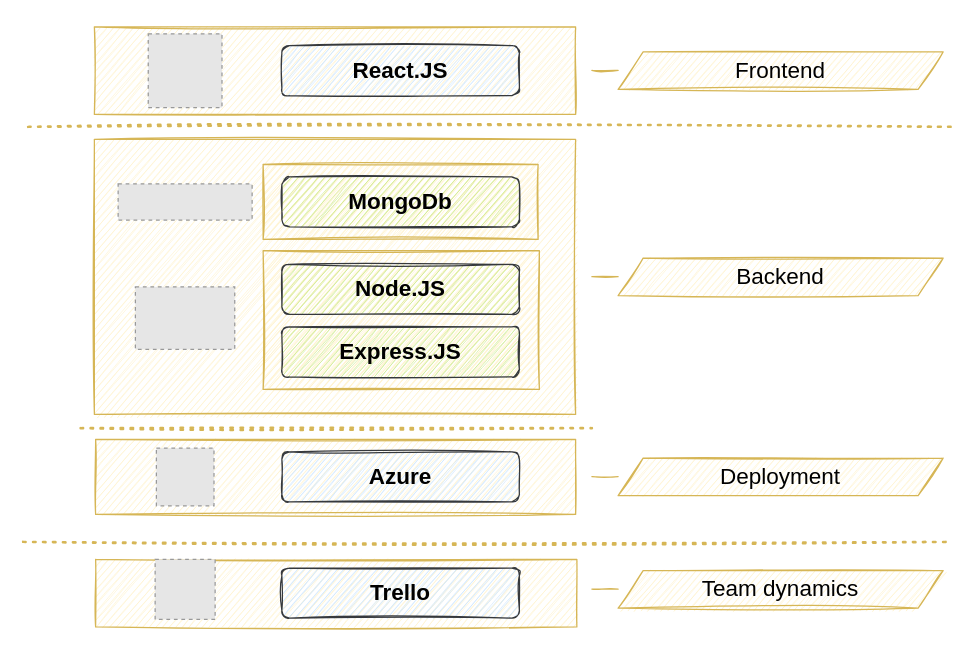
Before: page "Page-1" (1 of 3) of resource/tech-stack.drawio in Willz17/IkeaYouPath, a draw.io diagram. Source tidied: cells renumbered, new cells numbered last; positions are measured from the earlier drawing's top-left corner, leaving out a move shared by most shapes. Both pictures are drawn from the tidied source at 125%, with x=0, y=0 at pixel (22, 26). Pictures stored in the file or linked from it are replaced by grey dashed boxes.
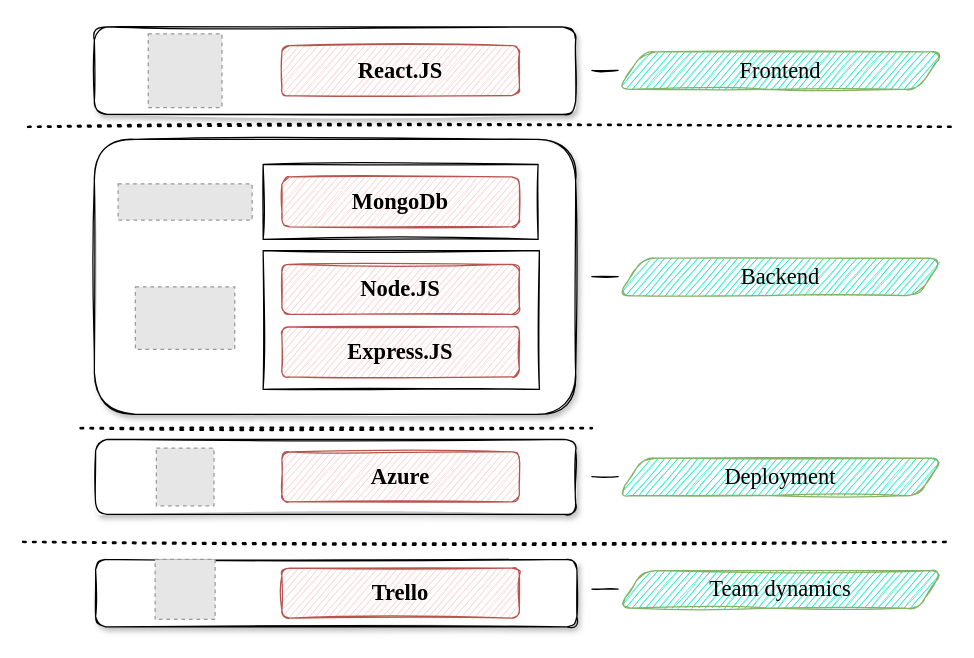
After the change.

The edit, as a diff of the source:
```diff
@@
-    <mxCell id="2" style="rounded=0;whiteSpace=wrap;html=1;fontSize=18;sketch=1;fillColor=#fff2cc;strokeColor=#d6b656;" parent="1" vertex="1">
+    <mxCell id="2" style="rounded=1;whiteSpace=wrap;html=1;fontSize=18;sketch=1;fontFamily=Garamond;glass=0;shadow=1;" parent="1" vertex="1">
       <mxGeometry x="57" y="90" width="385" height="220" as="geometry" />
     </mxCell>
-    <mxCell id="3" style="rounded=0;whiteSpace=wrap;html=1;fontSize=18;sketch=1;fillColor=#fff2cc;strokeColor=#d6b656;" parent="1" vertex="1">
+    <mxCell id="3" style="rounded=0;whiteSpace=wrap;html=1;fontSize=18;sketch=1;fontFamily=Garamond;" parent="1" vertex="1">
       <mxGeometry x="192" y="179" width="221" height="111" as="geometry" />
     </mxCell>
-    <mxCell id="4" value="&lt;b&gt;&lt;font style=&quot;font-size: 18px;&quot;&gt;Node.JS&lt;/font&gt;&lt;/b&gt;" style="rounded=1;whiteSpace=wrap;html=1;sketch=1;fillColor=#cdeb8b;strokeColor=#36393d;" parent="1" vertex="1">
+    <mxCell id="4" value="&lt;b&gt;&lt;font style=&quot;font-size: 18px;&quot;&gt;Node.JS&lt;/font&gt;&lt;/b&gt;" style="rounded=1;whiteSpace=wrap;html=1;sketch=1;fillColor=#f8cecc;strokeColor=#b85450;fontFamily=Garamond;" parent="1" vertex="1">
       <mxGeometry x="207" y="190" width="190" height="40" as="geometry" />
     </mxCell>
-    <mxCell id="5" value="&lt;b&gt;&lt;font style=&quot;font-size: 18px;&quot;&gt;Express.JS&lt;/font&gt;&lt;/b&gt;" style="rounded=1;whiteSpace=wrap;html=1;sketch=1;fillColor=#cdeb8b;strokeColor=#36393d;" parent="1" vertex="1">
+    <mxCell id="5" value="&lt;b&gt;&lt;font style=&quot;font-size: 18px;&quot;&gt;Express.JS&lt;/font&gt;&lt;/b&gt;" style="rounded=1;whiteSpace=wrap;html=1;sketch=1;fillColor=#f8cecc;strokeColor=#b85450;fontFamily=Garamond;" parent="1" vertex="1">
       <mxGeometry x="207" y="240" width="190" height="40" as="geometry" />
     </mxCell>
-    <mxCell id="6" style="rounded=0;whiteSpace=wrap;html=1;fontSize=18;sketch=1;fillColor=#fff2cc;strokeColor=#d6b656;" parent="1" vertex="1">
+    <mxCell id="6" style="rounded=1;whiteSpace=wrap;html=1;fontSize=18;sketch=1;fontFamily=Garamond;shadow=1;" parent="1" vertex="1">
       <mxGeometry x="57" width="385" height="70" as="geometry" />
     </mxCell>
-    <mxCell id="7" value="&lt;b&gt;&lt;font style=&quot;font-size: 18px;&quot;&gt;React.JS&lt;/font&gt;&lt;/b&gt;" style="rounded=1;whiteSpace=wrap;html=1;sketch=1;fillColor=#cce5ff;strokeColor=#36393d;" parent="1" vertex="1">
+    <mxCell id="7" value="&lt;b&gt;&lt;font style=&quot;font-size: 18px;&quot;&gt;React.JS&lt;/font&gt;&lt;/b&gt;" style="rounded=1;whiteSpace=wrap;html=1;sketch=1;fillColor=#f8cecc;strokeColor=#b85450;fontFamily=Garamond;" parent="1" vertex="1">
       <mxGeometry x="207" y="15" width="190" height="40" as="geometry" />
     </mxCell>
-    <mxCell id="8" style="endArrow=none;html=1;rounded=0;fontSize=18;sketch=1;fillColor=#fff2cc;strokeColor=#d6b656;" parent="1" edge="1">
+    <mxCell id="8" style="endArrow=none;html=1;rounded=0;fontSize=18;sketch=1;fontFamily=Garamond;" parent="1" edge="1">
       <mxGeometry relative="1" as="geometry">
         <mxPoint x="455" y="199.8" as="sourcePoint" />
         <mxPoint x="476" y="199.8" as="targetPoint" />
       </mxGeometry>
     </mxCell>
-    <mxCell id="9" value="Backend" style="shape=parallelogram;perimeter=parallelogramPerimeter;whiteSpace=wrap;html=1;fixedSize=1;fontSize=18;sketch=1;fillColor=#fff2cc;strokeColor=#d6b656;" parent="1" vertex="1">
+    <mxCell id="9" value="Backend" style="shape=parallelogram;perimeter=parallelogramPerimeter;whiteSpace=wrap;html=1;fixedSize=1;fontSize=18;sketch=1;fillColor=#00E6C3;strokeColor=#82b366;fontFamily=Garamond;rounded=1;" parent="1" vertex="1">
       <mxGeometry x="476" y="185" width="260" height="30" as="geometry" />
     </mxCell>
-    <mxCell id="10" value="Frontend" style="shape=parallelogram;perimeter=parallelogramPerimeter;whiteSpace=wrap;html=1;fixedSize=1;fontSize=18;sketch=1;fillColor=#fff2cc;strokeColor=#d6b656;" parent="1" vertex="1">
+    <mxCell id="10" value="Frontend" style="shape=parallelogram;perimeter=parallelogramPerimeter;whiteSpace=wrap;html=1;fixedSize=1;fontSize=18;sketch=1;fillColor=#00E6C3;strokeColor=#82b366;fontFamily=Garamond;rounded=1;" parent="1" vertex="1">
       <mxGeometry x="476" y="20" width="260" height="30" as="geometry" />
     </mxCell>
-    <mxCell id="11" style="endArrow=none;html=1;rounded=0;fontSize=18;sketch=1;fillColor=#fff2cc;strokeColor=#d6b656;" parent="1" edge="1">
+    <mxCell id="11" style="endArrow=none;html=1;rounded=0;fontSize=18;sketch=1;fontFamily=Garamond;" parent="1" edge="1">
       <mxGeometry relative="1" as="geometry">
         <mxPoint x="455" y="34.8" as="sourcePoint" />
         <mxPoint x="476" y="34.8" as="targetPoint" />
       </mxGeometry>
     </mxCell>
-    <mxCell id="12" style="rounded=0;whiteSpace=wrap;html=1;fontSize=18;sketch=1;fillColor=#fff2cc;strokeColor=#d6b656;" parent="1" vertex="1">
+    <mxCell id="12" style="rounded=1;whiteSpace=wrap;html=1;fontSize=18;sketch=1;fontFamily=Garamond;shadow=1;" parent="1" vertex="1">
       <mxGeometry x="58" y="330" width="384" height="60" as="geometry" />
     </mxCell>
-    <mxCell id="13" style="rounded=0;whiteSpace=wrap;html=1;fontSize=18;sketch=1;fillColor=#fff2cc;strokeColor=#d6b656;" parent="1" vertex="1">
+    <mxCell id="13" style="rounded=0;whiteSpace=wrap;html=1;fontSize=18;sketch=1;fontFamily=Garamond;" parent="1" vertex="1">
       <mxGeometry x="192" y="110" width="220" height="60" as="geometry" />
     </mxCell>
-    <mxCell id="14" value="&lt;b&gt;&lt;font style=&quot;font-size: 18px;&quot;&gt;MongoDb&lt;/font&gt;&lt;/b&gt;" style="rounded=1;whiteSpace=wrap;html=1;sketch=1;fillColor=#cdeb8b;strokeColor=#36393d;" parent="1" vertex="1">
+    <mxCell id="14" value="&lt;b&gt;&lt;font style=&quot;font-size: 18px;&quot;&gt;MongoDb&lt;/font&gt;&lt;/b&gt;" style="rounded=1;whiteSpace=wrap;html=1;sketch=1;fillColor=#f8cecc;strokeColor=#b85450;fontFamily=Garamond;" parent="1" vertex="1">
       <mxGeometry x="207" y="120" width="190" height="40" as="geometry" />
     </mxCell>
-    <mxCell id="15" value="&lt;b&gt;&lt;font style=&quot;font-size: 18px;&quot;&gt;Azure&lt;/font&gt;&lt;/b&gt;" style="rounded=1;whiteSpace=wrap;html=1;sketch=1;fillColor=#cce5ff;strokeColor=#36393d;" parent="1" vertex="1">
+    <mxCell id="15" value="&lt;b&gt;&lt;font style=&quot;font-size: 18px;&quot;&gt;Azure&lt;/font&gt;&lt;/b&gt;" style="rounded=1;whiteSpace=wrap;html=1;sketch=1;fillColor=#f8cecc;strokeColor=#b85450;fontFamily=Garamond;" parent="1" vertex="1">
       <mxGeometry x="207" y="340" width="190" height="40" as="geometry" />
     </mxCell>
-    <mxCell id="16" style="endArrow=none;html=1;rounded=0;fontSize=18;sketch=1;fillColor=#fff2cc;strokeColor=#d6b656;" parent="1" edge="1">
+    <mxCell id="16" style="endArrow=none;html=1;rounded=0;fontSize=18;sketch=1;fontFamily=Garamond;" parent="1" edge="1">
       <mxGeometry relative="1" as="geometry">
         <mxPoint x="455" y="359.8" as="sourcePoint" />
         <mxPoint x="476" y="359.8" as="targetPoint" />
       </mxGeometry>
     </mxCell>
-    <mxCell id="17" value="Deployment" style="shape=parallelogram;perimeter=parallelogramPerimeter;whiteSpace=wrap;html=1;fixedSize=1;fontSize=18;sketch=1;fillColor=#fff2cc;strokeColor=#d6b656;" parent="1" vertex="1">
+    <mxCell id="17" value="Deployment" style="shape=parallelogram;perimeter=parallelogramPerimeter;whiteSpace=wrap;html=1;fixedSize=1;fontSize=18;sketch=1;fillColor=#00E6C3;strokeColor=#82b366;fontFamily=Garamond;rounded=1;" parent="1" vertex="1">
       <mxGeometry x="476" y="345" width="260" height="30" as="geometry" />
     </mxCell>
-    <mxCell id="18" style="endArrow=none;dashed=1;html=1;dashPattern=1 3;strokeWidth=2;rounded=0;fontSize=18;sketch=1;fillColor=#fff2cc;strokeColor=#d6b656;" parent="1" edge="1">
+    <mxCell id="18" style="endArrow=none;dashed=1;html=1;dashPattern=1 3;strokeWidth=2;rounded=0;fontSize=18;sketch=1;fontFamily=Garamond;" parent="1" edge="1">
       <mxGeometry relative="1" as="geometry">
         <mxPoint x="4" y="80" as="sourcePoint" />
         <mxPoint x="742" y="80" as="targetPoint" />
       </mxGeometry>
     </mxCell>
-    <mxCell id="19" style="fillColor=#E6E6E6;strokeColor=#999999;dashed=1;verticalLabelPosition=bottom;labelBackgroundColor=default;verticalAlign=top;" parent="1" vertex="1">
+    <mxCell id="19" style="fillColor=#E6E6E6;strokeColor=#999999;dashed=1;verticalLabelPosition=bottom;labelBackgroundColor=default;verticalAlign=top;fontFamily=Garamond;" parent="1" vertex="1">
       <mxGeometry x="89.8" y="208" width="79.5" height="50" as="geometry" />
     </mxCell>
-    <mxCell id="20" style="fillColor=#E6E6E6;strokeColor=#999999;dashed=1;verticalLabelPosition=bottom;labelBackgroundColor=default;verticalAlign=top;" parent="1" vertex="1">
+    <mxCell id="20" style="fillColor=#E6E6E6;strokeColor=#999999;dashed=1;verticalLabelPosition=bottom;labelBackgroundColor=default;verticalAlign=top;fontFamily=Garamond;" parent="1" vertex="1">
       <mxGeometry x="76" y="125.6" width="107.2" height="28.9" as="geometry" />
     </mxCell>
-    <mxCell id="21" style="rounded=0;whiteSpace=wrap;html=1;fontSize=18;sketch=1;fillColor=#fff2cc;strokeColor=#d6b656;" parent="1" vertex="1">
+    <mxCell id="21" style="rounded=1;whiteSpace=wrap;html=1;fontSize=18;sketch=1;fontFamily=Garamond;shadow=1;" parent="1" vertex="1">
       <mxGeometry x="58" y="426" width="385" height="54" as="geometry" />
     </mxCell>
-    <mxCell id="22" style="fillColor=#E6E6E6;strokeColor=#999999;dashed=1;verticalLabelPosition=bottom;labelBackgroundColor=default;verticalAlign=top;" parent="1" vertex="1">
+    <mxCell id="22" style="fillColor=#E6E6E6;strokeColor=#999999;dashed=1;verticalLabelPosition=bottom;labelBackgroundColor=default;verticalAlign=top;fontFamily=Garamond;" parent="1" vertex="1">
       <mxGeometry x="100.1" y="5.5" width="59" height="59" as="geometry" />
     </mxCell>
-    <mxCell id="23" style="fillColor=#E6E6E6;strokeColor=#999999;dashed=1;verticalLabelPosition=bottom;labelBackgroundColor=default;verticalAlign=top;" parent="1" vertex="1">
+    <mxCell id="23" style="fillColor=#E6E6E6;strokeColor=#999999;dashed=1;verticalLabelPosition=bottom;labelBackgroundColor=default;verticalAlign=top;fontFamily=Garamond;" parent="1" vertex="1">
       <mxGeometry x="106.6" y="337" width="46.1" height="46.1" as="geometry" />
     </mxCell>
-    <mxCell id="24" style="endArrow=none;dashed=1;html=1;dashPattern=1 3;strokeWidth=2;rounded=0;fontSize=18;sketch=1;fillColor=#fff2cc;strokeColor=#d6b656;" parent="1" edge="1">
+    <mxCell id="24" style="endArrow=none;dashed=1;html=1;dashPattern=1 3;strokeWidth=2;rounded=0;fontSize=18;sketch=1;fontFamily=Garamond;" parent="1" edge="1">
       <mxGeometry relative="1" as="geometry">
         <mxPoint y="412" as="sourcePoint" />
         <mxPoint x="738" y="412" as="targetPoint" />
       </mxGeometry>
     </mxCell>
-    <mxCell id="25" value="&lt;b&gt;&lt;font style=&quot;font-size: 18px;&quot;&gt;Trello&lt;/font&gt;&lt;/b&gt;" style="rounded=1;whiteSpace=wrap;html=1;sketch=1;fillColor=#cce5ff;strokeColor=#36393d;" parent="1" vertex="1">
+    <mxCell id="25" value="&lt;b&gt;&lt;font style=&quot;font-size: 18px;&quot;&gt;Trello&lt;/font&gt;&lt;/b&gt;" style="rounded=1;whiteSpace=wrap;html=1;sketch=1;fillColor=#f8cecc;strokeColor=#b85450;fontFamily=Garamond;" parent="1" vertex="1">
       <mxGeometry x="207" y="433" width="190" height="40" as="geometry" />
     </mxCell>
-    <mxCell id="26" style="endArrow=none;html=1;rounded=0;fontSize=18;sketch=1;fillColor=#fff2cc;strokeColor=#d6b656;" parent="1" edge="1">
+    <mxCell id="26" style="endArrow=none;html=1;rounded=0;fontSize=18;sketch=1;fontFamily=Garamond;" parent="1" edge="1">
       <mxGeometry relative="1" as="geometry">
         <mxPoint x="455" y="449.8" as="sourcePoint" />
         <mxPoint x="476" y="449.8" as="targetPoint" />
       </mxGeometry>
     </mxCell>
-    <mxCell id="27" value="Team dynamics" style="shape=parallelogram;perimeter=parallelogramPerimeter;whiteSpace=wrap;html=1;fixedSize=1;fontSize=18;sketch=1;fillColor=#fff2cc;strokeColor=#d6b656;" parent="1" vertex="1">
+    <mxCell id="27" value="Team dynamics" style="shape=parallelogram;perimeter=parallelogramPerimeter;whiteSpace=wrap;html=1;fixedSize=1;fontSize=18;sketch=1;fillColor=#00E6C3;strokeColor=#82b366;fontFamily=Garamond;rounded=1;" parent="1" vertex="1">
       <mxGeometry x="476" y="435" width="260" height="30" as="geometry" />
     </mxCell>
-    <mxCell id="28" style="fillColor=#E6E6E6;strokeColor=#999999;dashed=1;verticalLabelPosition=bottom;labelBackgroundColor=default;verticalAlign=top;" parent="1" vertex="1">
+    <mxCell id="28" style="fillColor=#E6E6E6;strokeColor=#999999;dashed=1;verticalLabelPosition=bottom;labelBackgroundColor=default;verticalAlign=top;fontFamily=Garamond;" parent="1" vertex="1">
       <mxGeometry x="105.6" y="426" width="48" height="48" as="geometry" />
     </mxCell>
-    <mxCell id="29" style="endArrow=none;dashed=1;html=1;dashPattern=1 3;strokeWidth=2;rounded=0;fontSize=18;sketch=1;fillColor=#fff2cc;strokeColor=#d6b656;" parent="1" edge="1">
+    <mxCell id="29" style="endArrow=none;dashed=1;html=1;dashPattern=1 3;strokeWidth=2;rounded=0;fontSize=18;sketch=1;fontFamily=Garamond;" parent="1" edge="1">
       <mxGeometry relative="1" as="geometry">
         <mxPoint x="46" y="321" as="sourcePoint" />
         <mxPoint x="455" y="321" as="targetPoint" />
       </mxGeometry>
     </mxCell>
```
